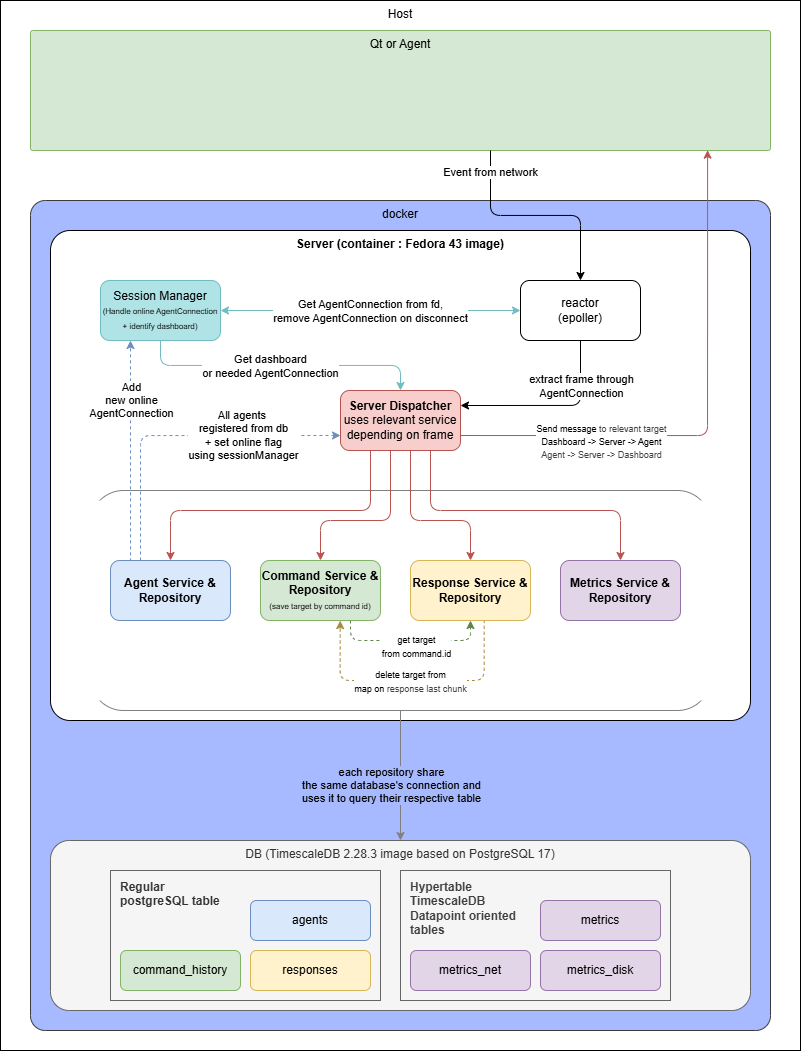
Above: _docs/server/server_architecture.png in thibault-caron/inferno (draw.io), before the change. Source tidied: cells renumbered, new cells last; positions are measured from the earlier drawing's top-left corner, leaving out a move shared by most shapes.
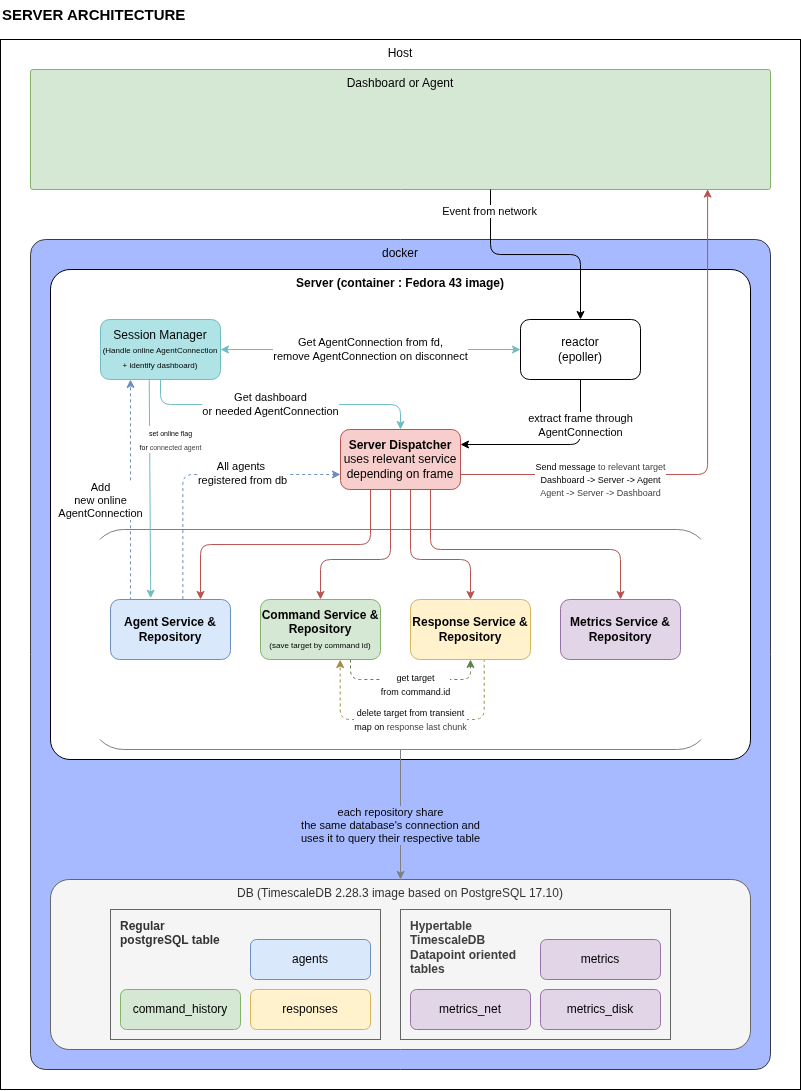
The same diagram one commit later.

Commit message:
docs: edit server and agent diagram to add their name

Diff of the diagram source:
```diff
@@ -11,6 +11,15 @@
     <mxCell id="4" value="&lt;b&gt;Server (container : Fedora 43 image)&lt;/b&gt;" style="rounded=1;whiteSpace=wrap;html=1;verticalAlign=top;arcSize=4;" parent="1" vertex="1">
       <mxGeometry x="50" y="230" width="700" height="490" as="geometry" />
     </mxCell>
+    <mxCell id="7" style="rounded=1;whiteSpace=wrap;html=1;gradientColor=none;fillColor=none;perimeterSpacing=0;strokeColor=light-dark(#808080,#EDEDED);" parent="1" vertex="1">
+      <mxGeometry x="90" y="490" width="620" height="220" as="geometry" />
+    </mxCell>
+    <mxCell id="8" style="rounded=1;whiteSpace=wrap;html=1;gradientColor=none;fillColor=light-dark(#ffffff, #ededed);perimeterSpacing=0;strokeColor=none;" parent="1" vertex="1">
+      <mxGeometry x="70" y="500" width="670" height="200" as="geometry" />
+    </mxCell>
+    <mxCell id="48" style="edgeStyle=none;html=1;entryX=0.335;entryY=-0.021;entryDx=0;entryDy=0;entryPerimeter=0;exitX=0.406;exitY=1.003;exitDx=0;exitDy=0;exitPerimeter=0;strokeColor=#71BCC1;" parent="1" edge="1" source="34" target="22">
+      <mxGeometry relative="1" as="geometry" />
+    </mxCell>
     <mxCell id="5" style="edgeStyle=none;html=1;exitX=0.5;exitY=1;exitDx=0;exitDy=0;entryX=0.5;entryY=0;entryDx=0;entryDy=0;strokeColor=light-dark(#808080,#EDEDED);" parent="1" edge="1" source="7" target="10">
       <mxGeometry relative="1" as="geometry" />
     </mxCell>
@@ -19,25 +28,14 @@
         <mxPoint x="-10" y="10" as="offset" />
       </mxGeometry>
     </mxCell>
-    <mxCell id="7" style="rounded=1;whiteSpace=wrap;html=1;gradientColor=none;fillColor=none;perimeterSpacing=0;strokeColor=light-dark(#808080,#EDEDED);" parent="1" vertex="1">
-      <mxGeometry x="90" y="490" width="620" height="220" as="geometry" />
-    </mxCell>
-    <mxCell id="8" style="rounded=1;whiteSpace=wrap;html=1;gradientColor=none;fillColor=light-dark(#ffffff, #ededed);perimeterSpacing=0;strokeColor=none;" parent="1" vertex="1">
-      <mxGeometry x="70" y="500" width="670" height="200" as="geometry" />
-    </mxCell>
-    <mxCell id="9" value="Qt or Agent" style="rounded=1;whiteSpace=wrap;html=1;verticalAlign=top;fillColor=#d5e8d4;strokeColor=#82b366;arcSize=2;" parent="1" vertex="1">
+    <mxCell id="9" value="Dashboard or Agent" style="rounded=1;whiteSpace=wrap;html=1;verticalAlign=top;fillColor=#d5e8d4;strokeColor=#82b366;arcSize=2;" parent="1" vertex="1">
       <mxGeometry x="30" y="30" width="740" height="120" as="geometry" />
     </mxCell>
-    <mxCell id="10" value="DB (TimescaleDB 2.28.3 image based on PostgreSQL 17)" style="rounded=1;whiteSpace=wrap;html=1;verticalAlign=top;fillColor=#f5f5f5;strokeColor=#666666;arcSize=11;fontColor=#333333;" parent="1" vertex="1">
+    <mxCell id="10" value="DB (TimescaleDB 2.28.3 image based on PostgreSQL 17.10)" style="rounded=1;whiteSpace=wrap;html=1;verticalAlign=top;fillColor=#f5f5f5;strokeColor=#666666;arcSize=11;fontColor=#333333;" parent="1" vertex="1">
       <mxGeometry x="50" y="840" width="700" height="170" as="geometry" />
     </mxCell>
-    <mxCell id="11" style="edgeStyle=orthogonalEdgeStyle;html=1;entryX=0.5;entryY=0;entryDx=0;entryDy=0;exitX=0.25;exitY=1;exitDx=0;exitDy=0;fillColor=#f8cecc;strokeColor=#b85450;" parent="1" edge="1" source="15" target="22">
-      <mxGeometry relative="1" as="geometry">
-        <Array as="points">
-          <mxPoint x="370" y="510" />
-          <mxPoint x="170" y="510" />
-        </Array>
-      </mxGeometry>
+    <mxCell id="11" style="edgeStyle=orthogonalEdgeStyle;html=1;exitX=0.25;exitY=1;exitDx=0;exitDy=0;fillColor=#f8cecc;strokeColor=#b85450;entryX=0.75;entryY=0;entryDx=0;entryDy=0;" parent="1" edge="1" source="15" target="22">
+      <mxGeometry relative="1" as="geometry" />
     </mxCell>
     <mxCell id="12" style="edgeStyle=orthogonalEdgeStyle;html=1;entryX=0.5;entryY=0;entryDx=0;entryDy=0;fillColor=#f8cecc;strokeColor=#b85450;" parent="1" edge="1" source="15" target="25">
       <mxGeometry relative="1" as="geometry">
@@ -86,10 +84,10 @@
     </mxCell>
     <mxCell id="20" value="Add&lt;br&gt;&lt;div&gt;new online&lt;/div&gt;&lt;div&gt;AgentConnection&lt;/div&gt;" style="edgeLabel;html=1;align=center;verticalAlign=middle;labelBackgroundColor=light-dark(#ffffff, #ededed);" parent="19" vertex="1">
       <mxGeometry x="0.02" y="1" relative="1" as="geometry">
-        <mxPoint x="1" y="-48" as="offset" />
+        <mxPoint x="-29" y="12" as="offset" />
       </mxGeometry>
     </mxCell>
-    <mxCell id="21" style="edgeStyle=orthogonalEdgeStyle;html=1;exitX=0.25;exitY=0;exitDx=0;exitDy=0;entryX=0;entryY=0.75;entryDx=0;entryDy=0;fillColor=#dae8fc;strokeColor=#6c8ebf;dashed=1;" parent="1" edge="1" source="22" target="15">
+    <mxCell id="21" style="edgeStyle=orthogonalEdgeStyle;html=1;exitX=0.603;exitY=-0.007;exitDx=0;exitDy=0;entryX=0;entryY=0.75;entryDx=0;entryDy=0;fillColor=#dae8fc;strokeColor=#6c8ebf;dashed=1;exitPerimeter=0;" parent="1" edge="1" source="22" target="15">
       <mxGeometry relative="1" as="geometry" />
     </mxCell>
     <mxCell id="22" value="&lt;b&gt;Agent Service &amp;amp; Repository&lt;/b&gt;" style="rounded=1;whiteSpace=wrap;html=1;fillColor=#dae8fc;strokeColor=#6c8ebf;" parent="1" vertex="1">
@@ -122,7 +120,7 @@
         </Array>
       </mxGeometry>
     </mxCell>
-    <mxCell id="28" value="&lt;font style=&quot;font-size: 9px;&quot;&gt;delete target from&lt;/font&gt;&lt;div&gt;&lt;font style=&quot;font-size: 9px;&quot;&gt;map on&amp;nbsp;&lt;span style=&quot;color: rgb(63, 63, 63);&quot;&gt;response&lt;/span&gt;&lt;/font&gt;&lt;span style=&quot;color: rgb(63, 63, 63); font-size: 9px;&quot;&gt;&amp;nbsp;last chunk&lt;/span&gt;&lt;/div&gt;" style="edgeLabel;html=1;align=center;verticalAlign=middle;labelBackgroundColor=light-dark(#ffffff, #ededed);" parent="27" vertex="1">
+    <mxCell id="28" value="&lt;font style=&quot;font-size: 9px;&quot;&gt;delete target from transient&lt;/font&gt;&lt;div&gt;&lt;font style=&quot;font-size: 9px;&quot;&gt;map on&amp;nbsp;&lt;span style=&quot;color: rgb(63, 63, 63);&quot;&gt;response&lt;/span&gt;&lt;/font&gt;&lt;span style=&quot;color: rgb(63, 63, 63); font-size: 9px;&quot;&gt;&amp;nbsp;last chunk&lt;/span&gt;&lt;/div&gt;" style="edgeLabel;html=1;align=center;verticalAlign=middle;labelBackgroundColor=light-dark(#ffffff, #ededed);" parent="27" vertex="1">
       <mxGeometry relative="1" as="geometry">
         <mxPoint x="-2" as="offset" />
       </mxGeometry>
@@ -196,10 +194,16 @@
         <mxPoint x="-107" y="65" as="offset" />
       </mxGeometry>
     </mxCell>
-    <mxCell id="47" value="All agents&amp;nbsp;&lt;div&gt;registered from db&lt;div&gt;+ set online flag&lt;/div&gt;&lt;div&gt;using sessionManager&lt;/div&gt;&lt;/div&gt;" style="edgeLabel;html=1;align=center;verticalAlign=middle;labelBackgroundColor=light-dark(#ffffff, #ededed);" parent="1" vertex="1">
+    <mxCell id="47" value="All agents&amp;nbsp;&lt;div&gt;registered from db&lt;/div&gt;" style="edgeLabel;html=1;align=center;verticalAlign=middle;labelBackgroundColor=light-dark(#ffffff, #ededed);" parent="1" vertex="1">
       <mxGeometry x="240" y="420" as="geometry">
         <mxPoint x="2" y="14" as="offset" />
       </mxGeometry>
     </mxCell>
+    <mxCell id="49" value="&lt;font style=&quot;font-size: 7px;&quot;&gt;set online flag&lt;/font&gt;&lt;div&gt;&lt;font style=&quot;font-size: 7px;&quot;&gt;for&amp;nbsp;&lt;/font&gt;&lt;span style=&quot;color: rgb(63, 63, 63); font-size: 7px; background-color: light-dark(rgb(255, 255, 255), rgb(237, 237, 237));&quot;&gt;connected agent&lt;/span&gt;&lt;/div&gt;" style="edgeLabel;html=1;align=center;verticalAlign=middle;labelBackgroundColor=light-dark(#ffffff, #ededed);" parent="1" vertex="1">
+      <mxGeometry x="170" y="400" as="geometry" />
+    </mxCell>
+    <mxCell id="50" value="&lt;span style=&quot;font-size: 15px;&quot;&gt;&lt;b&gt;SERVER ARCHITECTURE&lt;/b&gt;&lt;/span&gt;" style="text;html=1;align=left;verticalAlign=middle;strokeColor=none;fillColor=default;" parent="1" vertex="1">
+      <mxGeometry y="-40" width="210" height="30" as="geometry" />
+    </mxCell>
   </root>
 </mxGraphModel>
```
